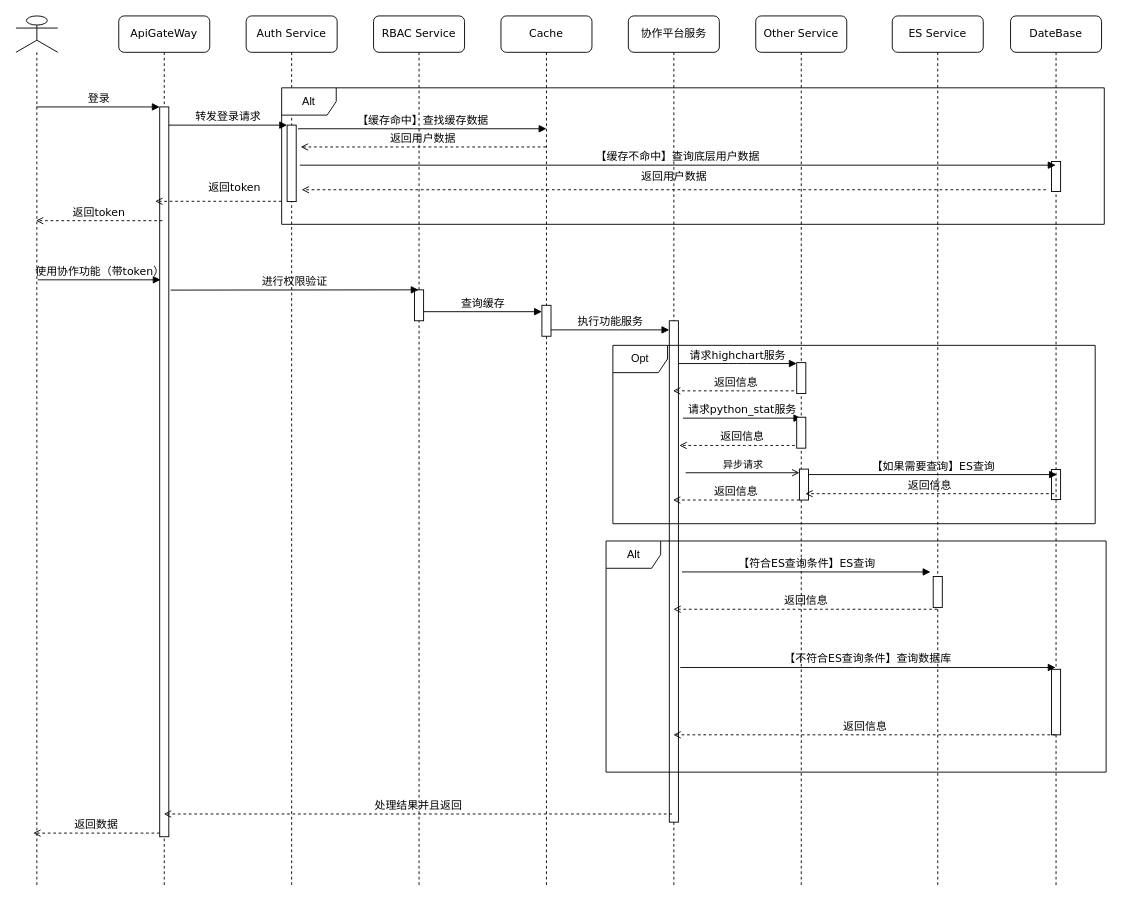
This is 查看迭代时序图.drawio from qf2020/drawio, a draw.io file, before an edit. Source tidied: cells renumbered, new cells numbered last; positions are measured from the earlier drawing's top-left corner, leaving out a move shared by most shapes. Both pictures are drawn from the tidied source at 91%, with x=0, y=0 at pixel (15, 15).
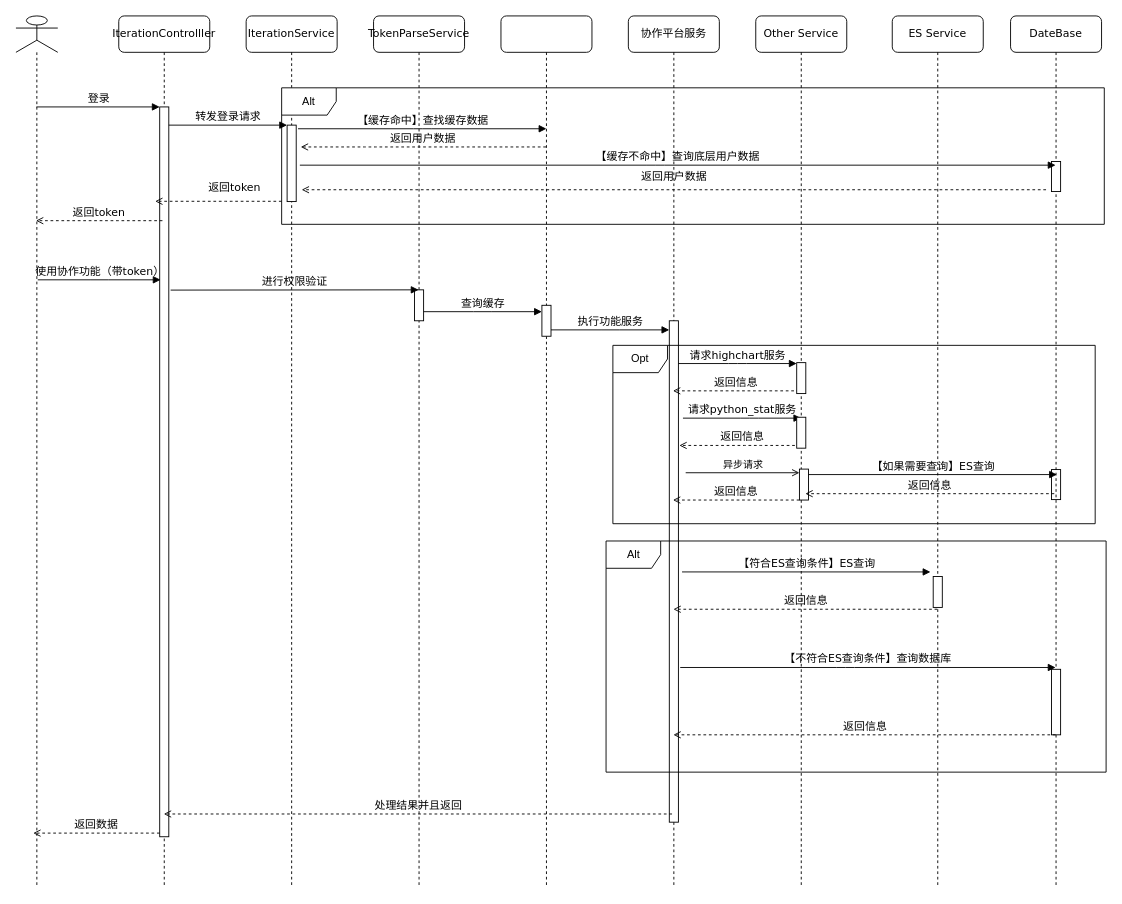
Above is the later version.

Commit message (it also covers changes not shown here):
更新查看迭代时序图.drawio

What changed in the source:
```diff
@@
-    <mxCell id="3" value="ApiGateWay" style="shape=umlLifeline;perimeter=lifelinePerimeter;whiteSpace=wrap;html=1;outlineConnect=0;rounded=1;shadow=0;comic=0;labelBackgroundColor=none;strokeWidth=1;fontFamily=Verdana;fontSize=12;align=center;" parent="1" vertex="1">
+    <mxCell id="3" value="IterationControlller" style="shape=umlLifeline;perimeter=lifelinePerimeter;whiteSpace=wrap;html=1;outlineConnect=0;rounded=1;shadow=0;comic=0;labelBackgroundColor=none;strokeWidth=1;fontFamily=Verdana;fontSize=12;align=center;" parent="1" vertex="1">
       <mxGeometry x="113" width="100" height="958" as="geometry" />
     </mxCell>
@@
-    <mxCell id="7" value="Auth Service" style="shape=umlLifeline;perimeter=lifelinePerimeter;whiteSpace=wrap;html=1;rounded=1;shadow=0;comic=0;labelBackgroundColor=none;strokeWidth=1;fontFamily=Verdana;fontSize=12;align=center;" parent="1" vertex="1">
+    <mxCell id="7" value="IterationService" style="shape=umlLifeline;perimeter=lifelinePerimeter;whiteSpace=wrap;html=1;rounded=1;shadow=0;comic=0;labelBackgroundColor=none;strokeWidth=1;fontFamily=Verdana;fontSize=12;align=center;" parent="1" vertex="1">
       <mxGeometry x="253" width="100" height="958" as="geometry" />
     </mxCell>
@@
-    <mxCell id="10" value="RBAC Service" style="shape=umlLifeline;perimeter=lifelinePerimeter;whiteSpace=wrap;html=1;outlineConnect=0;rounded=1;shadow=0;comic=0;labelBackgroundColor=none;strokeWidth=1;fontFamily=Verdana;fontSize=12;align=center;" parent="1" vertex="1">
+    <mxCell id="10" value="TokenParseService" style="shape=umlLifeline;perimeter=lifelinePerimeter;whiteSpace=wrap;html=1;outlineConnect=0;rounded=1;shadow=0;comic=0;labelBackgroundColor=none;strokeWidth=1;fontFamily=Verdana;fontSize=12;align=center;" parent="1" vertex="1">
       <mxGeometry x="393" width="100" height="958" as="geometry" />
     </mxCell>
@@
-    <mxCell id="12" value="Cache" style="shape=umlLifeline;perimeter=lifelinePerimeter;whiteSpace=wrap;html=1;outlineConnect=0;rounded=1;shadow=0;comic=0;labelBackgroundColor=none;strokeWidth=1;fontFamily=Verdana;fontSize=12;align=center;" parent="1" vertex="1">
+    <mxCell id="12" style="shape=umlLifeline;perimeter=lifelinePerimeter;whiteSpace=wrap;html=1;outlineConnect=0;rounded=1;shadow=0;comic=0;labelBackgroundColor=none;strokeWidth=1;fontFamily=Verdana;fontSize=12;align=center;" parent="1" vertex="1">
       <mxGeometry x="533" width="100" height="958" as="geometry" />
     </mxCell>
```
